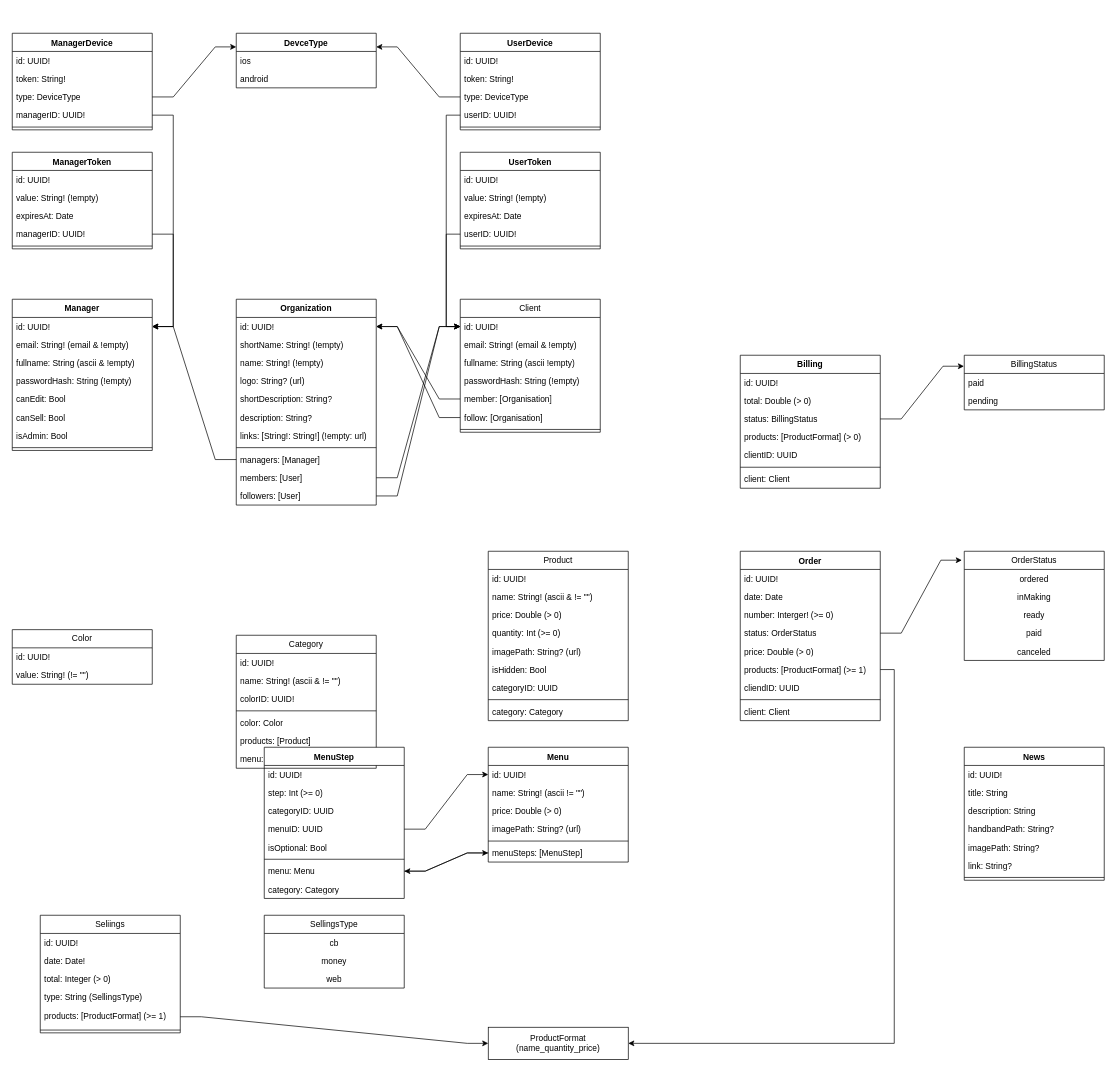
Before: Labeli DB.drawio in FlorianClaisse/drawio, a draw.io diagram. Source tidied: cells renumbered, new cells numbered last; positions are measured from the earlier drawing's top-left corner, leaving out a move shared by most shapes. Both pictures are drawn from the tidied source at 70%, with x=0, y=0 at pixel (12, 33).
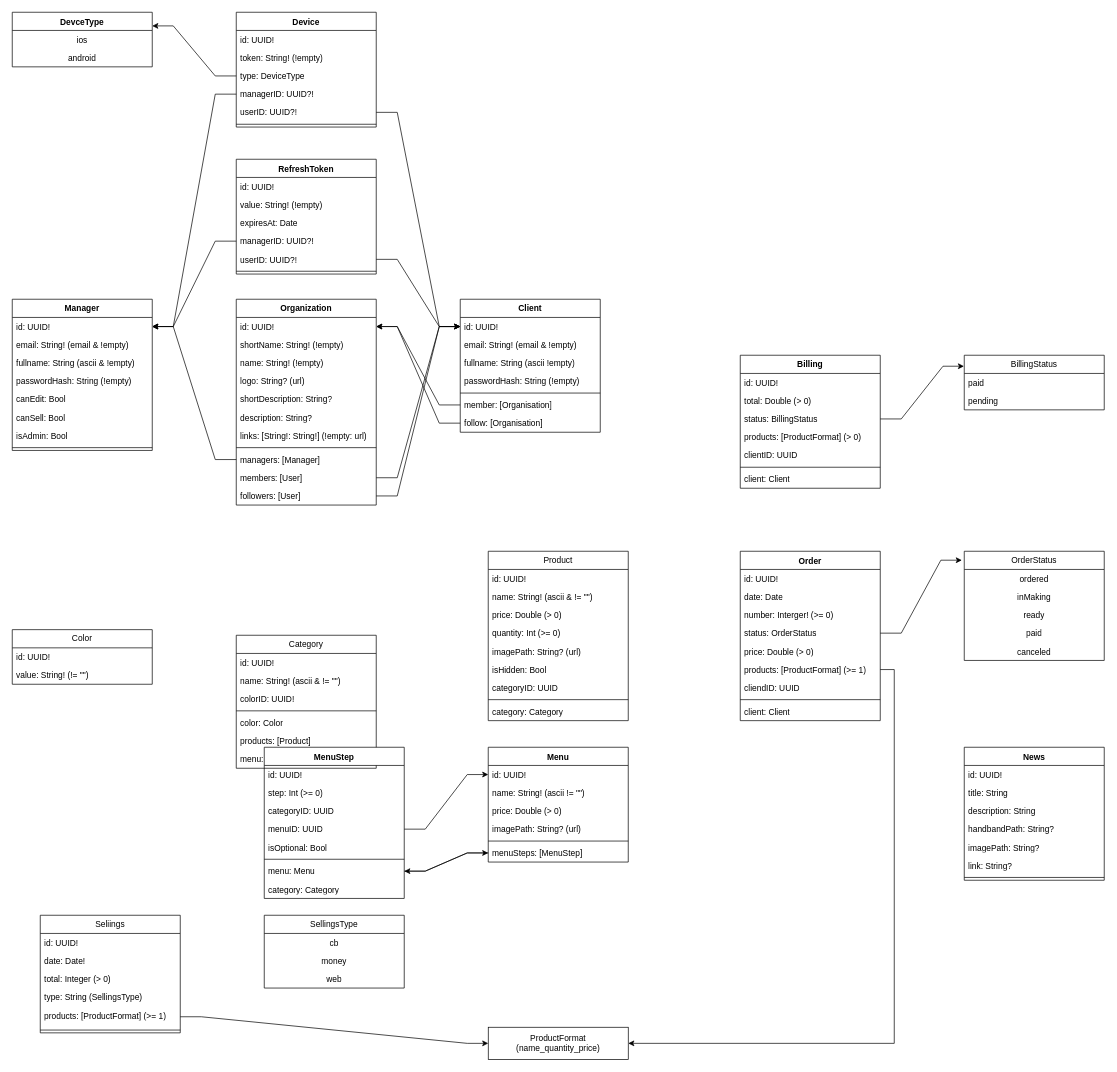
The same page after the edit.

Commit message (it also covers changes not shown here):
Mettre à jour Labeli DB.drawio

The change refers to these unchanged cells:
```xml
<mxCell id="12" value="id: UUID!" style="text;strokeColor=none;fillColor=none;align=left;verticalAlign=top;spacingLeft=4;spacingRight=4;overflow=hidden;points=[[0,0.5],[1,0.5]];portConstraint=eastwest;whiteSpace=wrap;html=1;" parent="11" vertex="1">
  <mxGeometry y="26" width="200" height="26" as="geometry" />
</mxCell>
<mxCell id="33" value="id: UUID!" style="text;strokeColor=none;fillColor=none;align=left;verticalAlign=top;spacingLeft=4;spacingRight=4;overflow=hidden;points=[[0,0.5],[1,0.5]];portConstraint=eastwest;whiteSpace=wrap;html=1;" parent="32" vertex="1">
  <mxGeometry y="26" width="200" height="26" as="geometry" />
</mxCell>
<mxCell id="118" value="id: UUID!" style="text;strokeColor=none;fillColor=none;align=left;verticalAlign=top;spacingLeft=4;spacingRight=4;overflow=hidden;points=[[0,0.5],[1,0.5]];portConstraint=eastwest;whiteSpace=wrap;html=1;" parent="117" vertex="1">
  <mxGeometry y="26" width="200" height="26" as="geometry" />
</mxCell>
<mxCell id="136" value="type: DeviceType" style="text;strokeColor=none;fillColor=none;align=left;verticalAlign=top;spacingLeft=4;spacingRight=4;overflow=hidden;points=[[0,0.5],[1,0.5]];portConstraint=eastwest;whiteSpace=wrap;html=1;" parent="133" vertex="1">
  <mxGeometry y="78" width="200" height="26" as="geometry" />
</mxCell>
```

The edit, as a diff of the source:
```diff
@@
-    <mxCell id="10" style="edgeStyle=entityRelationEdgeStyle;rounded=0;jettySize=auto;html=1;exitX=0;exitY=0.75;exitDx=0;exitDy=0;entryX=1;entryY=0.5;entryDx=0;entryDy=0;" parent="1" edge="1" source="11" target="118">
-      <mxGeometry relative="1" as="geometry" />
-    </mxCell>
-    <mxCell id="11" value="Client" style="swimlane;fontStyle=0;horizontal=1;startSize=26;fillColor=none;whiteSpace=wrap;html=1;" parent="1" vertex="1">
+    <mxCell id="11" value="Client" style="swimlane;fontStyle=1;horizontal=1;startSize=26;fillColor=none;whiteSpace=wrap;html=1;" parent="1" vertex="1">
       <mxGeometry x="640" y="380" width="200" height="190" as="geometry" />
     </mxCell>
@@
+    <mxCell id="18" style="line;strokeWidth=1;fillColor=none;align=left;verticalAlign=middle;spacingTop=-1;spacingLeft=3;spacingRight=3;labelPosition=right;strokeColor=inherit;" parent="11" vertex="1">
+      <mxGeometry y="130" width="200" height="8" as="geometry" />
+    </mxCell>
     <mxCell id="16" value="member: [Organisation]" style="text;strokeColor=none;fillColor=none;align=left;verticalAlign=top;spacingLeft=4;spacingRight=4;overflow=hidden;points=[[0,0.5],[1,0.5]];portConstraint=eastwest;whiteSpace=wrap;html=1;" parent="11" vertex="1">
-      <mxGeometry y="130" width="200" height="26" as="geometry" />
+      <mxGeometry y="138" width="200" height="26" as="geometry" />
     </mxCell>
     <mxCell id="17" value="follow: [Organisation]" style="text;strokeColor=none;fillColor=none;align=left;verticalAlign=top;spacingLeft=4;spacingRight=4;overflow=hidden;points=[[0,0.5],[1,0.5]];portConstraint=eastwest;whiteSpace=wrap;html=1;" parent="11" vertex="1">
-      <mxGeometry y="156" width="200" height="26" as="geometry" />
+      <mxGeometry y="164" width="200" height="26" as="geometry" />
     </mxCell>
-    <mxCell id="18" style="line;strokeWidth=1;fillColor=none;align=left;verticalAlign=middle;spacingTop=-1;spacingLeft=3;spacingRight=3;labelPosition=right;strokeColor=inherit;" parent="11" vertex="1">
-      <mxGeometry y="182" width="200" height="8" as="geometry" />
-    </mxCell>
@@
-    <mxCell id="41" value="ManagerToken" style="swimlane;fontStyle=1;align=center;verticalAlign=top;horizontal=1;startSize=26;whiteSpace=wrap;html=1;" parent="1" vertex="1">
-      <mxGeometry y="170" width="200" height="138" as="geometry" />
+    <mxCell id="41" value="RefreshToken" style="swimlane;fontStyle=1;align=center;verticalAlign=top;horizontal=1;startSize=26;whiteSpace=wrap;html=1;" parent="1" vertex="1">
+      <mxGeometry x="320" y="180" width="200" height="164" as="geometry" />
     </mxCell>
@@
-    <mxCell id="45" value="managerID: UUID!" style="text;strokeColor=none;fillColor=none;align=left;verticalAlign=top;spacingLeft=4;spacingRight=4;overflow=hidden;points=[[0,0.5],[1,0.5]];portConstraint=eastwest;whiteSpace=wrap;html=1;" parent="41" vertex="1">
+    <mxCell id="45" value="managerID: UUID?!" style="text;strokeColor=none;fillColor=none;align=left;verticalAlign=top;spacingLeft=4;spacingRight=4;overflow=hidden;points=[[0,0.5],[1,0.5]];portConstraint=eastwest;whiteSpace=wrap;html=1;" parent="41" vertex="1">
       <mxGeometry y="104" width="200" height="26" as="geometry" />
     </mxCell>
+    <mxCell id="160" value="userID: UUID?!" style="text;strokeColor=none;fillColor=none;align=left;verticalAlign=top;spacingLeft=4;spacingRight=4;overflow=hidden;points=[[0,0.5],[1,0.5]];portConstraint=eastwest;whiteSpace=wrap;html=1;" parent="41" vertex="1">
+      <mxGeometry y="130" width="200" height="26" as="geometry" />
+    </mxCell>
     <mxCell id="46" style="line;strokeWidth=1;fillColor=none;align=left;verticalAlign=middle;spacingTop=-1;spacingLeft=3;spacingRight=3;labelPosition=right;strokeColor=inherit;" parent="41" vertex="1">
-      <mxGeometry y="130" width="200" height="8" as="geometry" />
+      <mxGeometry y="156" width="200" height="8" as="geometry" />
     </mxCell>
@@
-    <mxCell id="133" value="ManagerDevice" style="swimlane;fontStyle=1;align=center;verticalAlign=top;horizontal=1;startSize=26;whiteSpace=wrap;html=1;" parent="1" vertex="1">
-      <mxGeometry width="200" height="138" as="geometry" />
+    <mxCell id="133" value="Device" style="swimlane;fontStyle=1;align=center;verticalAlign=top;horizontal=1;startSize=26;whiteSpace=wrap;html=1;" parent="1" vertex="1">
+      <mxGeometry x="320" y="-30" width="200" height="164" as="geometry" />
     </mxCell>
@@
-    <mxCell id="135" value="token: String!" style="text;strokeColor=none;fillColor=none;align=left;verticalAlign=top;spacingLeft=4;spacingRight=4;overflow=hidden;whiteSpace=wrap;html=1;" parent="133" vertex="1">
+    <mxCell id="135" value="token: String! (!empty)" style="text;strokeColor=none;fillColor=none;align=left;verticalAlign=top;spacingLeft=4;spacingRight=4;overflow=hidden;whiteSpace=wrap;html=1;" parent="133" vertex="1">
       <mxGeometry y="52" width="200" height="26" as="geometry" />
     </mxCell>
@@
-    <mxCell id="137" value="managerID: UUID!" style="text;strokeColor=none;fillColor=none;align=left;verticalAlign=top;spacingLeft=4;spacingRight=4;overflow=hidden;points=[[0,0.5],[1,0.5]];portConstraint=eastwest;whiteSpace=wrap;html=1;" parent="133" vertex="1">
+    <mxCell id="137" value="managerID: UUID?!" style="text;strokeColor=none;fillColor=none;align=left;verticalAlign=top;spacingLeft=4;spacingRight=4;overflow=hidden;points=[[0,0.5],[1,0.5]];portConstraint=eastwest;whiteSpace=wrap;html=1;" parent="133" vertex="1">
       <mxGeometry y="104" width="200" height="26" as="geometry" />
     </mxCell>
+    <mxCell id="161" value="userID: UUID?!" style="text;strokeColor=none;fillColor=none;align=left;verticalAlign=top;spacingLeft=4;spacingRight=4;overflow=hidden;points=[[0,0.5],[1,0.5]];portConstraint=eastwest;whiteSpace=wrap;html=1;" parent="133" vertex="1">
+      <mxGeometry y="130" width="200" height="26" as="geometry" />
+    </mxCell>
     <mxCell id="138" style="line;strokeWidth=1;fillColor=none;align=left;verticalAlign=middle;spacingTop=-1;spacingLeft=3;spacingRight=3;labelPosition=right;strokeColor=inherit;" parent="133" vertex="1">
-      <mxGeometry y="130" width="200" height="8" as="geometry" />
+      <mxGeometry y="156" width="200" height="8" as="geometry" />
     </mxCell>
-    <mxCell id="139" value="UserToken" style="swimlane;fontStyle=1;align=center;verticalAlign=top;horizontal=1;startSize=26;whiteSpace=wrap;html=1;" parent="1" vertex="1">
-      <mxGeometry x="640" y="170" width="200" height="138" as="geometry" />
-    </mxCell>
-    <mxCell id="140" value="id: UUID!" style="text;strokeColor=none;fillColor=none;align=left;verticalAlign=top;spacingLeft=4;spacingRight=4;overflow=hidden;whiteSpace=wrap;html=1;" parent="139" vertex="1">
-      <mxGeometry y="26" width="200" height="26" as="geometry" />
-    </mxCell>
-    <mxCell id="141" value="value: String! (!empty)" style="text;strokeColor=none;fillColor=none;align=left;verticalAlign=top;spacingLeft=4;spacingRight=4;overflow=hidden;whiteSpace=wrap;html=1;" parent="139" vertex="1">
-      <mxGeometry y="52" width="200" height="26" as="geometry" />
-    </mxCell>
-    <mxCell id="142" value="expiresAt: Date" style="text;strokeColor=none;fillColor=none;align=left;verticalAlign=top;spacingLeft=4;spacingRight=4;overflow=hidden;whiteSpace=wrap;html=1;" parent="139" vertex="1">
-      <mxGeometry y="78" width="200" height="26" as="geometry" />
-    </mxCell>
-    <mxCell id="143" value="userID: UUID!" style="text;strokeColor=none;fillColor=none;align=left;verticalAlign=top;spacingLeft=4;spacingRight=4;overflow=hidden;points=[[0,0.5],[1,0.5]];portConstraint=eastwest;whiteSpace=wrap;html=1;" parent="139" vertex="1">
-      <mxGeometry y="104" width="200" height="26" as="geometry" />
-    </mxCell>
-    <mxCell id="144" style="line;strokeWidth=1;fillColor=none;align=left;verticalAlign=middle;spacingTop=-1;spacingLeft=3;spacingRight=3;labelPosition=right;strokeColor=inherit;" parent="139" vertex="1">
-      <mxGeometry y="130" width="200" height="8" as="geometry" />
-    </mxCell>
-    <mxCell id="145" style="edgeStyle=entityRelationEdgeStyle;rounded=0;jettySize=auto;html=1;exitX=1;exitY=0.5;exitDx=0;exitDy=0;entryX=1;entryY=0.5;entryDx=0;entryDy=0;" parent="1" edge="1" source="45" target="33">
-      <mxGeometry relative="1" as="geometry" />
-    </mxCell>
-    <mxCell id="146" style="edgeStyle=orthogonalEdgeStyle;rounded=0;jettySize=auto;html=1;exitX=0;exitY=0.5;exitDx=0;exitDy=0;entryX=0;entryY=0.5;entryDx=0;entryDy=0;" parent="1" edge="1" source="143" target="12">
-      <mxGeometry relative="1" as="geometry" />
-    </mxCell>
-    <mxCell id="147" style="edgeStyle=entityRelationEdgeStyle;rounded=0;jettySize=auto;html=1;exitX=1;exitY=0.5;exitDx=0;exitDy=0;entryX=1;entryY=0.5;entryDx=0;entryDy=0;" parent="1" edge="1" source="137" target="33">
-      <mxGeometry relative="1" as="geometry" />
-    </mxCell>
-    <mxCell id="148" value="UserDevice" style="swimlane;fontStyle=1;align=center;verticalAlign=top;horizontal=1;startSize=26;whiteSpace=wrap;html=1;" parent="1" vertex="1">
-      <mxGeometry x="640" width="200" height="138" as="geometry" />
-    </mxCell>
-    <mxCell id="149" value="id: UUID!" style="text;strokeColor=none;fillColor=none;align=left;verticalAlign=top;spacingLeft=4;spacingRight=4;overflow=hidden;whiteSpace=wrap;html=1;" parent="148" vertex="1">
-      <mxGeometry y="26" width="200" height="26" as="geometry" />
-    </mxCell>
-    <mxCell id="150" value="token: String!" style="text;strokeColor=none;fillColor=none;align=left;verticalAlign=top;spacingLeft=4;spacingRight=4;overflow=hidden;whiteSpace=wrap;html=1;" parent="148" vertex="1">
-      <mxGeometry y="52" width="200" height="26" as="geometry" />
-    </mxCell>
-    <mxCell id="151" value="type: DeviceType" style="text;strokeColor=none;fillColor=none;align=left;verticalAlign=top;spacingLeft=4;spacingRight=4;overflow=hidden;points=[[0,0.5],[1,0.5]];portConstraint=eastwest;whiteSpace=wrap;html=1;" parent="148" vertex="1">
-      <mxGeometry y="78" width="200" height="26" as="geometry" />
-    </mxCell>
-    <mxCell id="152" value="userID: UUID!" style="text;strokeColor=none;fillColor=none;align=left;verticalAlign=top;spacingLeft=4;spacingRight=4;overflow=hidden;points=[[0,0.5],[1,0.5]];portConstraint=eastwest;whiteSpace=wrap;html=1;" parent="148" vertex="1">
-      <mxGeometry y="104" width="200" height="26" as="geometry" />
-    </mxCell>
-    <mxCell id="153" style="line;strokeWidth=1;fillColor=none;align=left;verticalAlign=middle;spacingTop=-1;spacingLeft=3;spacingRight=3;labelPosition=right;strokeColor=inherit;" parent="148" vertex="1">
-      <mxGeometry y="130" width="200" height="8" as="geometry" />
-    </mxCell>
-    <mxCell id="154" style="edgeStyle=orthogonalEdgeStyle;rounded=0;jettySize=auto;html=1;exitX=0;exitY=0.5;exitDx=0;exitDy=0;entryX=0;entryY=0.5;entryDx=0;entryDy=0;" parent="1" edge="1" source="152" target="12">
-      <mxGeometry relative="1" as="geometry" />
-    </mxCell>
     <mxCell id="155" value="DevceType" style="swimlane;fontStyle=1;align=center;verticalAlign=top;horizontal=1;startSize=26;whiteSpace=wrap;html=1;" parent="1" vertex="1">
-      <mxGeometry x="320" width="200" height="78" as="geometry" />
+      <mxGeometry y="-30" width="200" height="78" as="geometry" />
     </mxCell>
-    <mxCell id="156" value="ios" style="text;strokeColor=none;fillColor=none;align=left;verticalAlign=top;spacingLeft=4;spacingRight=4;overflow=hidden;whiteSpace=wrap;html=1;" parent="155" vertex="1">
+    <mxCell id="156" value="ios" style="text;strokeColor=none;fillColor=none;align=center;verticalAlign=top;spacingLeft=4;spacingRight=4;overflow=hidden;whiteSpace=wrap;html=1;" parent="155" vertex="1">
       <mxGeometry y="26" width="200" height="26" as="geometry" />
     </mxCell>
-    <mxCell id="157" value="android" style="text;strokeColor=none;fillColor=none;align=left;verticalAlign=top;spacingLeft=4;spacingRight=4;overflow=hidden;whiteSpace=wrap;html=1;" parent="155" vertex="1">
+    <mxCell id="157" value="android" style="text;strokeColor=none;fillColor=none;align=center;verticalAlign=top;spacingLeft=4;spacingRight=4;overflow=hidden;whiteSpace=wrap;html=1;" parent="155" vertex="1">
       <mxGeometry y="52" width="200" height="26" as="geometry" />
     </mxCell>
+    <mxCell id="145" style="edgeStyle=entityRelationEdgeStyle;rounded=0;jettySize=auto;html=1;exitX=0;exitY=0.5;exitDx=0;exitDy=0;entryX=1;entryY=0.5;entryDx=0;entryDy=0;" parent="1" edge="1" source="45" target="33">
+      <mxGeometry relative="1" as="geometry" />
+    </mxCell>
+    <mxCell id="162" style="edgeStyle=entityRelationEdgeStyle;rounded=0;jettySize=auto;html=1;exitX=1;exitY=0.5;exitDx=0;exitDy=0;entryX=0;entryY=0.5;entryDx=0;entryDy=0;" parent="1" edge="1" source="160" target="12">
+      <mxGeometry relative="1" as="geometry" />
+    </mxCell>
-    <mxCell id="158" style="edgeStyle=entityRelationEdgeStyle;rounded=0;jettySize=auto;html=1;exitX=1;exitY=0.5;exitDx=0;exitDy=0;entryX=0;entryY=0.25;entryDx=0;entryDy=0;" parent="1" edge="1" source="136" target="155">
+    <mxCell id="158" style="edgeStyle=entityRelationEdgeStyle;rounded=0;jettySize=auto;html=1;exitX=0;exitY=0.5;exitDx=0;exitDy=0;entryX=1;entryY=0.25;entryDx=0;entryDy=0;" parent="1" edge="1" source="136" target="155">
       <mxGeometry relative="1" as="geometry" />
     </mxCell>
-    <mxCell id="159" style="edgeStyle=entityRelationEdgeStyle;rounded=0;jettySize=auto;html=1;exitX=0;exitY=0.5;exitDx=0;exitDy=0;entryX=1;entryY=0.25;entryDx=0;entryDy=0;" parent="1" edge="1" source="151" target="155">
-      <mxGeometry relative="1" as="geometry" />
-    </mxCell>
+    <mxCell id="147" style="edgeStyle=entityRelationEdgeStyle;rounded=0;jettySize=auto;html=1;exitX=0;exitY=0.5;exitDx=0;exitDy=0;entryX=1;entryY=0.5;entryDx=0;entryDy=0;" parent="1" edge="1" source="137" target="33">
+      <mxGeometry relative="1" as="geometry" />
+    </mxCell>
+    <mxCell id="163" style="edgeStyle=entityRelationEdgeStyle;rounded=0;jettySize=auto;html=1;exitX=1;exitY=0.5;exitDx=0;exitDy=0;entryX=0;entryY=0.5;entryDx=0;entryDy=0;" parent="1" edge="1" source="161" target="12">
+      <mxGeometry relative="1" as="geometry" />
+    </mxCell>
+    <mxCell id="164" style="edgeStyle=entityRelationEdgeStyle;rounded=0;jettySize=auto;html=1;exitX=0;exitY=0.5;exitDx=0;exitDy=0;entryX=1;entryY=0.5;entryDx=0;entryDy=0;" parent="1" edge="1" source="16" target="118">
+      <mxGeometry relative="1" as="geometry" />
+    </mxCell>
```
